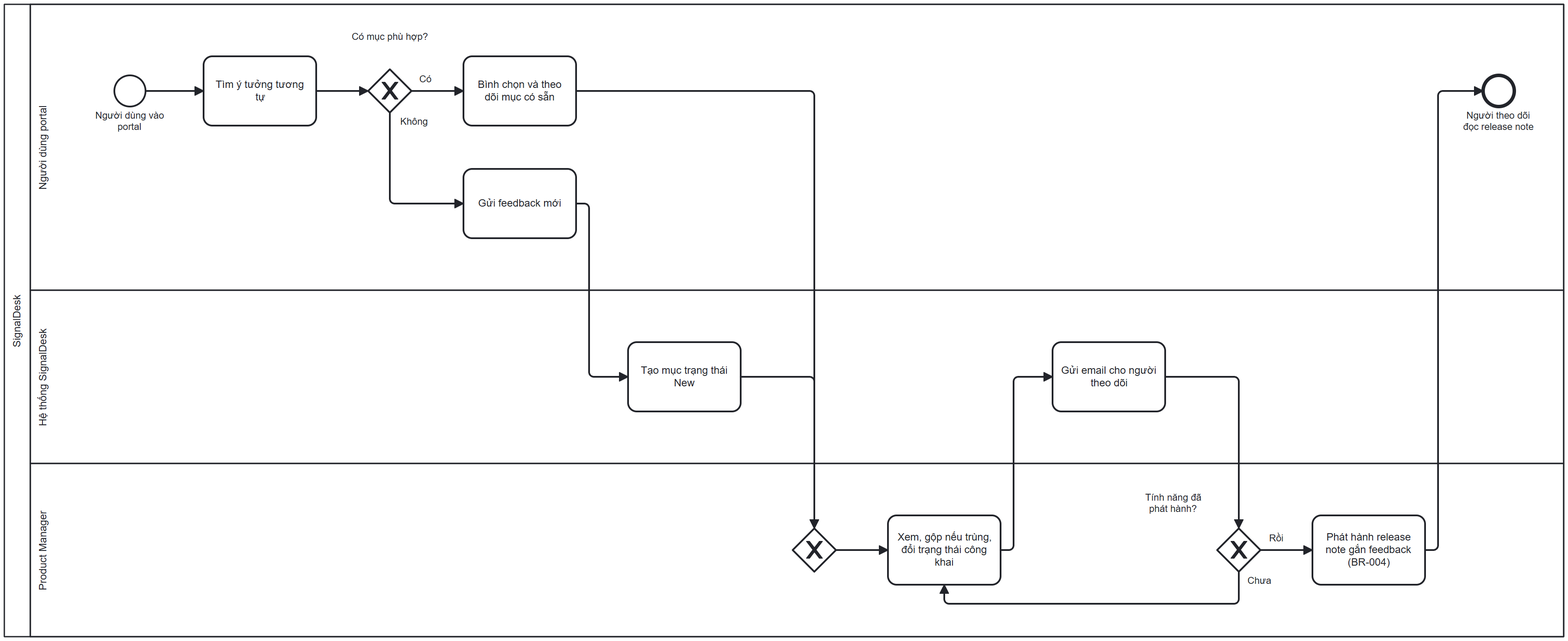
Before: BA-agent/BA-Documents-Product/diagrams/vong-phan-hoi.png, a diagram exported from BPMN (sonbui31/BA-studies). Its source is kept beside it as BA-agent/BA-Documents-Product/diagrams/vong-phan-hoi.bpmn. Ids are renumbered. Its diagram source:
```xml
<bpmn:definitions xmlns:bpmn="http://www.omg.org/spec/BPMN/20100524/MODEL" xmlns:bpmndi="http://www.omg.org/spec/BPMN/20100524/DI" xmlns:dc="http://www.omg.org/spec/DD/20100524/DC" xmlns:di="http://www.omg.org/spec/DD/20100524/DI" xmlns:bioc="http://bpmn.io/schema/bpmn/biocolor/1.0" xmlns:color="http://www.omg.org/spec/BPMN/non-normative/color/1.0" id="Definitions_vong_phan_hoi" targetNamespace="http://bpmn.io/schema/bpmn" exporter="BA-agent bpmn_tool.py" exporterVersion="1.0">
  <bpmn:collaboration id="Collaboration_vong_phan_hoi">
    <bpmn:participant id="Participant_vong_phan_hoi" name="SignalDesk" processRef="Process_vong_phan_hoi" />
  </bpmn:collaboration>
  <bpmn:process id="Process_vong_phan_hoi" name="Vòng phản hồi feedback trên portal" isExecutable="false">
    <bpmn:laneSet id="LaneSet_vong_phan_hoi">
      <bpmn:lane id="nguoi_dung" name="Người dùng portal">
        <bpmn:flowNodeRef>start</bpmn:flowNodeRef>
        <bpmn:flowNodeRef>t1</bpmn:flowNodeRef>
        <bpmn:flowNodeRef>g1</bpmn:flowNodeRef>
        <bpmn:flowNodeRef>t2</bpmn:flowNodeRef>
        <bpmn:flowNodeRef>t3</bpmn:flowNodeRef>
        <bpmn:flowNodeRef>end</bpmn:flowNodeRef>
      </bpmn:lane>
      <bpmn:lane id="he_thong" name="Hệ thống SignalDesk">
        <bpmn:flowNodeRef>t4</bpmn:flowNodeRef>
        <bpmn:flowNodeRef>t6</bpmn:flowNodeRef>
      </bpmn:lane>
      <bpmn:lane id="pm" name="Product Manager">
        <bpmn:flowNodeRef>m1</bpmn:flowNodeRef>
        <bpmn:flowNodeRef>t5</bpmn:flowNodeRef>
        <bpmn:flowNodeRef>g2</bpmn:flowNodeRef>
        <bpmn:flowNodeRef>t7</bpmn:flowNodeRef>
      </bpmn:lane>
    </bpmn:laneSet>
    <bpmn:startEvent id="start" name="Người dùng vào portal">
      <bpmn:outgoing>Flow_1</bpmn:outgoing>
    </bpmn:startEvent>
    <bpmn:task id="t1" name="Tìm ý tưởng tương tự">
      <bpmn:incoming>Flow_1</bpmn:incoming>
      <bpmn:outgoing>Flow_2</bpmn:outgoing>
    </bpmn:task>
    <bpmn:exclusiveGateway id="g1" name="Có mục phù hợp?">
      <bpmn:incoming>Flow_2</bpmn:incoming>
      <bpmn:outgoing>Flow_3</bpmn:outgoing>
      <bpmn:outgoing>Flow_4</bpmn:outgoing>
    </bpmn:exclusiveGateway>
    <bpmn:task id="t2" name="Bình chọn và theo dõi mục có sẵn">
      <bpmn:incoming>Flow_3</bpmn:incoming>
      <bpmn:outgoing>Flow_6</bpmn:outgoing>
    </bpmn:task>
    <bpmn:task id="t3" name="Gửi feedback mới">
      <bpmn:incoming>Flow_4</bpmn:incoming>
      <bpmn:outgoing>Flow_5</bpmn:outgoing>
    </bpmn:task>
    <bpmn:task id="t4" name="Tạo mục trạng thái New">
      <bpmn:incoming>Flow_5</bpmn:incoming>
      <bpmn:outgoing>Flow_7</bpmn:outgoing>
    </bpmn:task>
    <bpmn:exclusiveGateway id="m1" name="">
      <bpmn:incoming>Flow_6</bpmn:incoming>
      <bpmn:incoming>Flow_7</bpmn:incoming>
      <bpmn:outgoing>Flow_8</bpmn:outgoing>
    </bpmn:exclusiveGateway>
    <bpmn:task id="t5" name="Xem, gộp nếu trùng, đổi trạng thái công khai">
      <bpmn:incoming>Flow_8</bpmn:incoming>
      <bpmn:incoming>Flow_11</bpmn:incoming>
      <bpmn:outgoing>Flow_9</bpmn:outgoing>
    </bpmn:task>
    <bpmn:task id="t6" name="Gửi email cho người theo dõi">
      <bpmn:incoming>Flow_9</bpmn:incoming>
      <bpmn:outgoing>Flow_10</bpmn:outgoing>
    </bpmn:task>
    <bpmn:exclusiveGateway id="g2" name="Tính năng đã phát hành?">
      <bpmn:incoming>Flow_10</bpmn:incoming>
      <bpmn:outgoing>Flow_11</bpmn:outgoing>
      <bpmn:outgoing>Flow_12</bpmn:outgoing>
    </bpmn:exclusiveGateway>
    <bpmn:task id="t7" name="Phát hành release note gắn feedback (BR-004)">
      <bpmn:incoming>Flow_12</bpmn:incoming>
      <bpmn:outgoing>Flow_13</bpmn:outgoing>
    </bpmn:task>
    <bpmn:endEvent id="end" name="Người theo dõi đọc release note">
      <bpmn:incoming>Flow_13</bpmn:incoming>
    </bpmn:endEvent>
    <bpmn:sequenceFlow id="Flow_1" sourceRef="start" targetRef="t1" />
    <bpmn:sequenceFlow id="Flow_2" sourceRef="t1" targetRef="g1" />
    <bpmn:sequenceFlow id="Flow_3" name="Có" sourceRef="g1" targetRef="t2" />
    <bpmn:sequenceFlow id="Flow_4" name="Không" sourceRef="g1" targetRef="t3" />
    <bpmn:sequenceFlow id="Flow_5" sourceRef="t3" targetRef="t4" />
    <bpmn:sequenceFlow id="Flow_6" sourceRef="t2" targetRef="m1" />
    <bpmn:sequenceFlow id="Flow_7" sourceRef="t4" targetRef="m1" />
    <bpmn:sequenceFlow id="Flow_8" sourceRef="m1" targetRef="t5" />
    <bpmn:sequenceFlow id="Flow_9" sourceRef="t5" targetRef="t6" />
    <bpmn:sequenceFlow id="Flow_10" sourceRef="t6" targetRef="g2" />
    <bpmn:sequenceFlow id="Flow_11" name="Chưa" sourceRef="g2" targetRef="t5" />
    <bpmn:sequenceFlow id="Flow_12" name="Rồi" sourceRef="g2" targetRef="t7" />
    <bpmn:sequenceFlow id="Flow_13" sourceRef="t7" targetRef="end" />
  </bpmn:process>
  <bpmndi:BPMNDiagram id="BPMNDiagram_vong_phan_hoi">
    <bpmndi:BPMNPlane id="BPMNPlane_vong_phan_hoi" bpmnElement="Collaboration_vong_phan_hoi">
      <bpmndi:BPMNShape id="Participant_vong_phan_hoi_di" bpmnElement="Participant_vong_phan_hoi" isHorizontal="true">
        <dc:Bounds x="160" y="80" width="1800" height="730" />
      </bpmndi:BPMNShape>
      <bpmndi:BPMNShape id="nguoi_dung_di" bpmnElement="nguoi_dung" isHorizontal="true">
        <dc:Bounds x="190" y="80" width="1770" height="330" />
      </bpmndi:BPMNShape>
      <bpmndi:BPMNShape id="he_thong_di" bpmnElement="he_thong" isHorizontal="true">
        <dc:Bounds x="190" y="410" width="1770" height="200" />
      </bpmndi:BPMNShape>
      <bpmndi:BPMNShape id="pm_di" bpmnElement="pm" isHorizontal="true">
        <dc:Bounds x="190" y="610" width="1770" height="200" />
      </bpmndi:BPMNShape>
      <bpmndi:BPMNShape id="start_di" bpmnElement="start">
        <dc:Bounds x="287" y="162" width="36" height="36" />
        <bpmndi:BPMNLabel>
          <dc:Bounds x="250" y="202" width="110" height="40" />
        </bpmndi:BPMNLabel>
      </bpmndi:BPMNShape>
      <bpmndi:BPMNShape id="t1_di" bpmnElement="t1">
        <dc:Bounds x="390" y="140" width="130" height="80" />
      </bpmndi:BPMNShape>
      <bpmndi:BPMNShape id="g1_di" bpmnElement="g1" isMarkerVisible="true">
        <dc:Bounds x="580" y="155" width="50" height="50" />
        <bpmndi:BPMNLabel>
          <dc:Bounds x="550" y="111" width="110" height="40" />
        </bpmndi:BPMNLabel>
      </bpmndi:BPMNShape>
      <bpmndi:BPMNShape id="t2_di" bpmnElement="t2">
        <dc:Bounds x="690" y="140" width="130" height="80" />
      </bpmndi:BPMNShape>
      <bpmndi:BPMNShape id="t3_di" bpmnElement="t3">
        <dc:Bounds x="690" y="270" width="130" height="80" />
      </bpmndi:BPMNShape>
      <bpmndi:BPMNShape id="t4_di" bpmnElement="t4">
        <dc:Bounds x="880" y="470" width="130" height="80" />
      </bpmndi:BPMNShape>
      <bpmndi:BPMNShape id="m1_di" bpmnElement="m1" isMarkerVisible="true">
        <dc:Bounds x="1070" y="685" width="50" height="50" />
      </bpmndi:BPMNShape>
      <bpmndi:BPMNShape id="t5_di" bpmnElement="t5">
        <dc:Bounds x="1180" y="670" width="130" height="80" />
      </bpmndi:BPMNShape>
      <bpmndi:BPMNShape id="t6_di" bpmnElement="t6">
        <dc:Bounds x="1370" y="470" width="130" height="80" />
      </bpmndi:BPMNShape>
      <bpmndi:BPMNShape id="g2_di" bpmnElement="g2" isMarkerVisible="true">
        <dc:Bounds x="1560" y="685" width="50" height="50" />
        <bpmndi:BPMNLabel>
          <dc:Bounds x="1454" y="643" width="110" height="40" />
        </bpmndi:BPMNLabel>
      </bpmndi:BPMNShape>
      <bpmndi:BPMNShape id="t7_di" bpmnElement="t7">
        <dc:Bounds x="1670" y="670" width="130" height="80" />
      </bpmndi:BPMNShape>
      <bpmndi:BPMNShape id="end_di" bpmnElement="end">
        <dc:Bounds x="1867" y="162" width="36" height="36" />
        <bpmndi:BPMNLabel>
          <dc:Bounds x="1830" y="202" width="110" height="40" />
        </bpmndi:BPMNLabel>
      </bpmndi:BPMNShape>
      <bpmndi:BPMNEdge id="Flow_1_di" bpmnElement="Flow_1">
        <di:waypoint x="323" y="180" />
        <di:waypoint x="390" y="180" />
      </bpmndi:BPMNEdge>
      <bpmndi:BPMNEdge id="Flow_2_di" bpmnElement="Flow_2">
        <di:waypoint x="520" y="180" />
        <di:waypoint x="580" y="180" />
      </bpmndi:BPMNEdge>
      <bpmndi:BPMNEdge id="Flow_3_di" bpmnElement="Flow_3">
        <di:waypoint x="630" y="180" />
        <di:waypoint x="690" y="180" />
        <bpmndi:BPMNLabel><dc:Bounds x="634" y="160" width="24" height="18" /></bpmndi:BPMNLabel>
      </bpmndi:BPMNEdge>
      <bpmndi:BPMNEdge id="Flow_4_di" bpmnElement="Flow_4">
        <di:waypoint x="605" y="205" />
        <di:waypoint x="605" y="310" />
        <di:waypoint x="690" y="310" />
        <bpmndi:BPMNLabel><dc:Bounds x="611" y="209" width="44" height="18" /></bpmndi:BPMNLabel>
      </bpmndi:BPMNEdge>
      <bpmndi:BPMNEdge id="Flow_5_di" bpmnElement="Flow_5">
        <di:waypoint x="820" y="310" />
        <di:waypoint x="835" y="310" />
        <di:waypoint x="835" y="510" />
        <di:waypoint x="880" y="510" />
      </bpmndi:BPMNEdge>
      <bpmndi:BPMNEdge id="Flow_6_di" bpmnElement="Flow_6">
        <di:waypoint x="820" y="180" />
        <di:waypoint x="1095" y="180" />
        <di:waypoint x="1095" y="685" />
      </bpmndi:BPMNEdge>
      <bpmndi:BPMNEdge id="Flow_7_di" bpmnElement="Flow_7">
        <di:waypoint x="1010" y="510" />
        <di:waypoint x="1095" y="510" />
        <di:waypoint x="1095" y="685" />
      </bpmndi:BPMNEdge>
      <bpmndi:BPMNEdge id="Flow_8_di" bpmnElement="Flow_8">
        <di:waypoint x="1120" y="710" />
        <di:waypoint x="1180" y="710" />
      </bpmndi:BPMNEdge>
      <bpmndi:BPMNEdge id="Flow_9_di" bpmnElement="Flow_9">
        <di:waypoint x="1310" y="710" />
        <di:waypoint x="1325" y="710" />
        <di:waypoint x="1325" y="510" />
        <di:waypoint x="1370" y="510" />
      </bpmndi:BPMNEdge>
      <bpmndi:BPMNEdge id="Flow_10_di" bpmnElement="Flow_10">
        <di:waypoint x="1500" y="510" />
        <di:waypoint x="1585" y="510" />
        <di:waypoint x="1585" y="685" />
      </bpmndi:BPMNEdge>
      <bpmndi:BPMNEdge id="Flow_11_di" bpmnElement="Flow_11">
        <di:waypoint x="1585" y="735" />
        <di:waypoint x="1585" y="772" />
        <di:waypoint x="1245" y="772" />
        <di:waypoint x="1245" y="750" />
        <bpmndi:BPMNLabel><dc:Bounds x="1591" y="739" width="36" height="18" /></bpmndi:BPMNLabel>
      </bpmndi:BPMNEdge>
      <bpmndi:BPMNEdge id="Flow_12_di" bpmnElement="Flow_12">
        <di:waypoint x="1610" y="710" />
        <di:waypoint x="1670" y="710" />
        <bpmndi:BPMNLabel><dc:Bounds x="1614" y="690" width="29" height="18" /></bpmndi:BPMNLabel>
      </bpmndi:BPMNEdge>
      <bpmndi:BPMNEdge id="Flow_13_di" bpmnElement="Flow_13">
        <di:waypoint x="1800" y="710" />
        <di:waypoint x="1815" y="710" />
        <di:waypoint x="1815" y="180" />
        <di:waypoint x="1867" y="180" />
      </bpmndi:BPMNEdge>
    </bpmndi:BPMNPlane>
  </bpmndi:BPMNDiagram>
</bpmn:definitions>
```
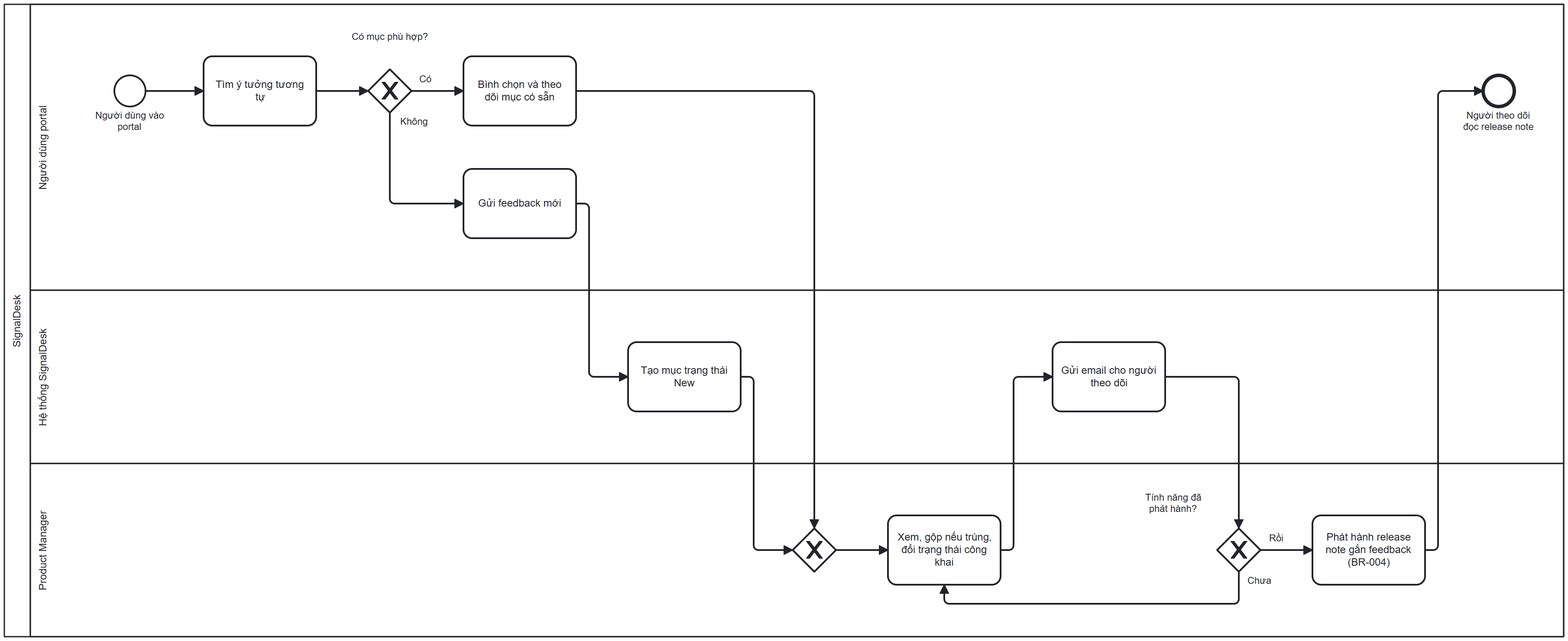
The same diagram one commit later.

What changed in the source:
```diff
@@ -181,8 +181,9 @@
       </bpmndi:BPMNEdge>
       <bpmndi:BPMNEdge id="Flow_7_di" bpmnElement="Flow_7">
         <di:waypoint x="1010" y="510" />
-        <di:waypoint x="1095" y="510" />
-        <di:waypoint x="1095" y="685" />
+        <di:waypoint x="1025" y="510" />
+        <di:waypoint x="1025" y="710" />
+        <di:waypoint x="1070" y="710" />
       </bpmndi:BPMNEdge>
       <bpmndi:BPMNEdge id="Flow_8_di" bpmnElement="Flow_8">
         <di:waypoint x="1120" y="710" />
```
